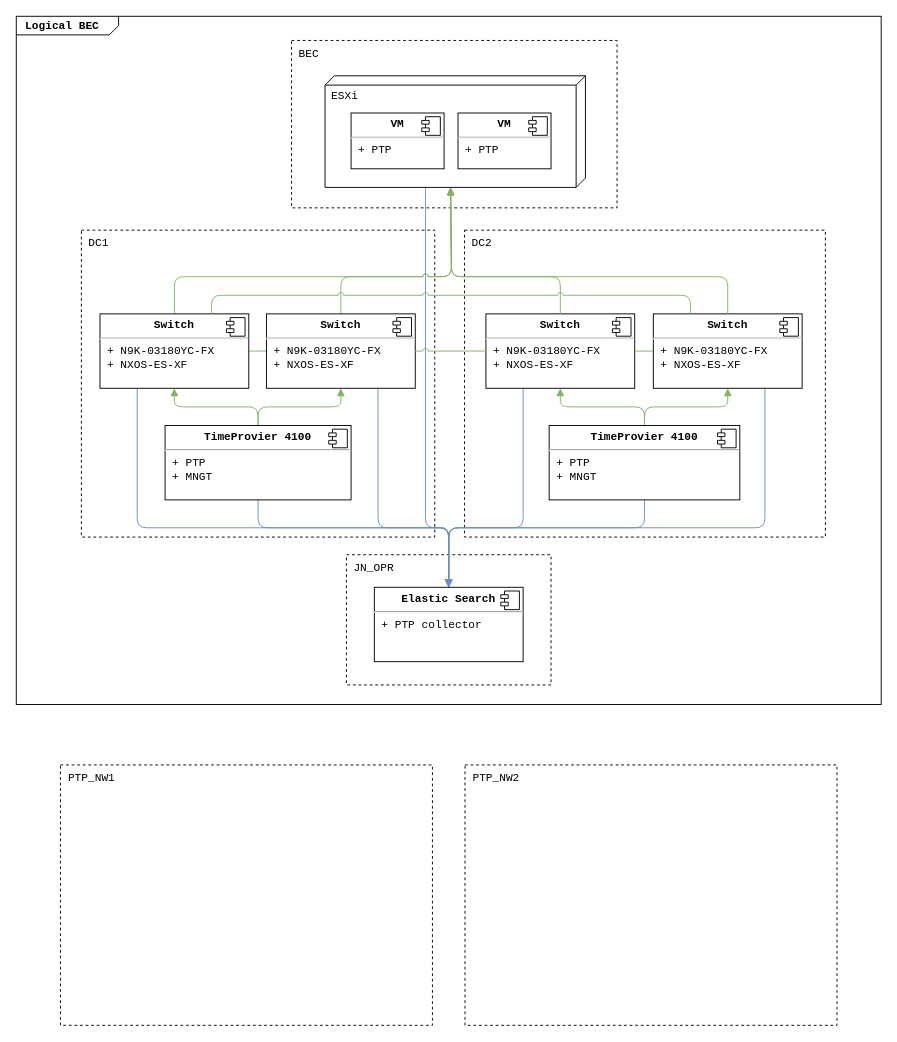
Above: PTP.drawio in sdyrby/po (draw.io), before the change. Source tidied: cells renumbered, new cells numbered last; positions are measured from the earlier drawing's top-left corner, leaving out a move shared by most shapes. Both pictures are drawn from the tidied source at 93%, with x=0, y=0 at pixel (16, 16).
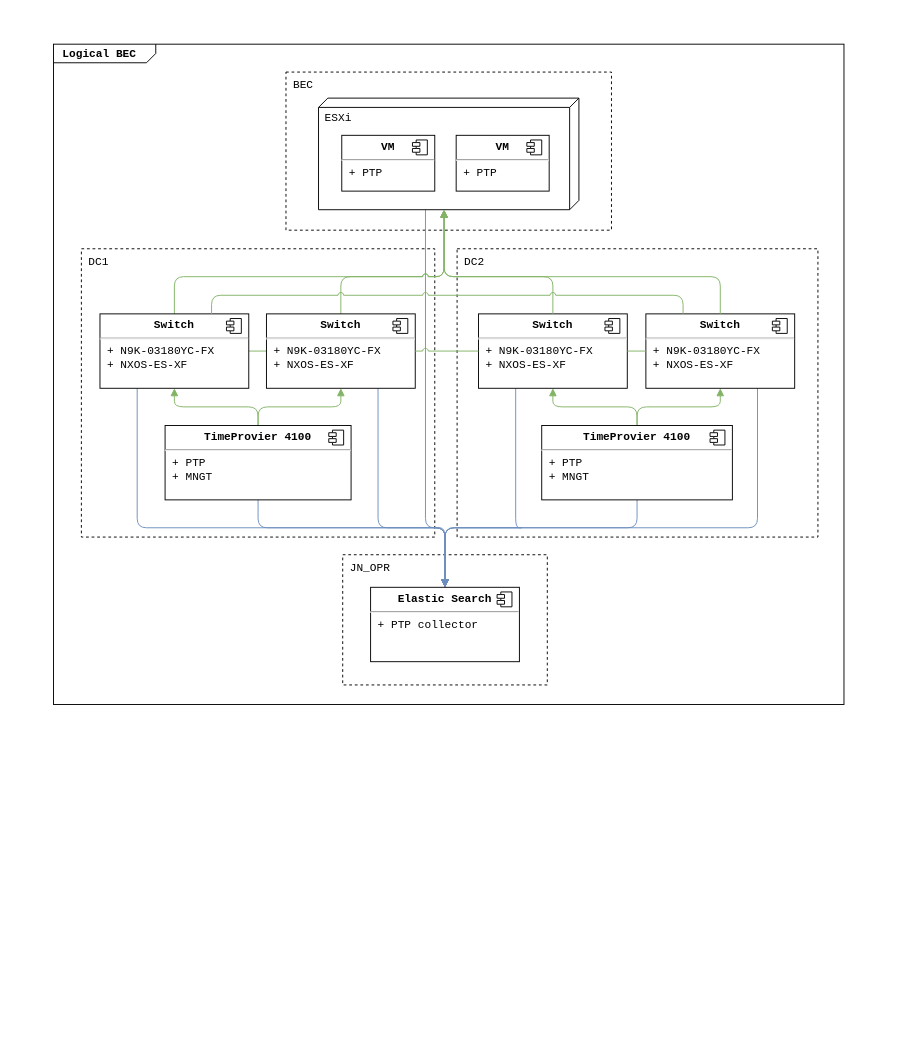
Above is the later version.

Unchanged cells that the change refers to:
```xml
<mxCell id="18" value="&lt;p style=&quot;margin: 0px ; margin-top: 6px ; text-align: center&quot;&gt;&lt;b&gt;Switch&lt;/b&gt;&lt;/p&gt;&lt;hr&gt;&lt;p style=&quot;margin: 0px ; margin-left: 8px&quot;&gt;+ N9K-03180YC-FX&lt;br&gt;+ NXOS-ES-XF&lt;/p&gt;" style="align=left;overflow=fill;html=1;rounded=0;fontFamily=Courier New;fontStyle=0;" parent="1" vertex="1">
  <mxGeometry x="90" y="320" width="160" height="80" as="geometry" />
</mxCell>
<mxCell id="22" value="&lt;p style=&quot;margin: 0px ; margin-top: 6px ; text-align: center&quot;&gt;&lt;b&gt;Switch&lt;/b&gt;&lt;/p&gt;&lt;hr&gt;&lt;p style=&quot;margin: 0px ; margin-left: 8px&quot;&gt;+ N9K-03180YC-FX&lt;br&gt;+ NXOS-ES-XF&lt;/p&gt;" style="align=left;overflow=fill;html=1;rounded=0;fontFamily=Courier New;fontStyle=0;" parent="1" vertex="1">
  <mxGeometry x="269" y="320" width="160" height="80" as="geometry" />
</mxCell>
<mxCell id="33" value="&lt;p style=&quot;text-align: center ; margin: 6px 0px 0px&quot;&gt;&lt;b&gt;TimeProvier 4100&lt;/b&gt;&lt;/p&gt;&lt;hr&gt;&lt;p style=&quot;margin: 0px ; margin-left: 8px&quot;&gt;+ PTP&lt;br&gt;+ MNGT&lt;/p&gt;" style="align=left;overflow=fill;html=1;rounded=0;fontFamily=Courier New;fontStyle=0;" parent="1" vertex="1">
  <mxGeometry x="160" y="440" width="200" height="80" as="geometry" />
</mxCell>
```

Change to the diagram source:
```diff
@@
     <mxCell id="2" value="&lt;p style=&quot;margin: 0px ; margin-top: 4px ; margin-left: 10px ; text-align: left&quot;&gt;&lt;b&gt;&lt;font&gt;Logical BEC&lt;/font&gt;&lt;/b&gt;&lt;/p&gt;" style="html=1;strokeWidth=1;shape=mxgraph.sysml.package;html=1;overflow=fill;whiteSpace=wrap;fillColor=none;gradientColor=none;fontSize=12;align=left;labelX=110;fontFamily=Courier New;fontStyle=0;" parent="1" vertex="1">
-      <mxGeometry width="930" height="740" as="geometry" />
+      <mxGeometry x="40" y="30" width="850" height="710" as="geometry" />
     </mxCell>
     <mxCell id="3" value="BEC" style="html=1;rounded=0;dashed=1;fillColor=none;imageVerticalAlign=middle;align=left;verticalAlign=top;spacing=3;spacingLeft=5;fontFamily=Courier New;fontStyle=0;" parent="1" vertex="1">
-      <mxGeometry x="296" y="26" width="350" height="180" as="geometry" />
+      <mxGeometry x="290" y="60" width="350" height="170" as="geometry" />
     </mxCell>
     <mxCell id="4" value="JN_OPR" style="html=1;rounded=0;dashed=1;fillColor=none;imageVerticalAlign=middle;align=left;verticalAlign=top;spacing=3;spacingLeft=5;comic=0;absoluteArcSize=0;noLabel=0;fixDash=0;backgroundOutline=0;fontFamily=Courier New;fontStyle=0;" parent="1" vertex="1">
-      <mxGeometry x="355" y="579" width="220" height="140" as="geometry" />
+      <mxGeometry x="351" y="579" width="220" height="140" as="geometry" />
     </mxCell>
     <mxCell id="5" value="DC2" style="html=1;rounded=0;dashed=1;fillColor=none;imageVerticalAlign=middle;align=left;verticalAlign=top;spacing=3;spacingLeft=5;strokeColor=#000000;perimeterSpacing=0;gradientColor=none;shadow=0;glass=0;fontFamily=Courier New;fontStyle=0;" parent="1" vertex="1">
-      <mxGeometry x="482" y="230" width="388" height="330" as="geometry" />
+      <mxGeometry x="474" y="250" width="388" height="310" as="geometry" />
     </mxCell>
     <mxCell id="6" value="DC1" style="html=1;rounded=0;dashed=1;fillColor=none;imageVerticalAlign=middle;align=left;verticalAlign=top;spacing=3;spacingLeft=5;glass=0;shadow=0;fontFamily=Courier New;fontStyle=0;" parent="1" vertex="1">
-      <mxGeometry x="70" y="230" width="380" height="330" as="geometry" />
+      <mxGeometry x="70" y="250" width="380" height="310" as="geometry" />
     </mxCell>
     <mxCell id="7" style="edgeStyle=orthogonalEdgeStyle;rounded=1;jettySize=auto;html=1;entryX=0.5;entryY=0;entryDx=0;entryDy=0;fontFamily=Courier New;endArrow=block;endFill=1;fillColor=#dae8fc;strokeColor=#6c8ebf;" parent="1" edge="1" source="8" target="45">
       <mxGeometry relative="1" as="geometry">
         <Array as="points">
           <mxPoint x="440" y="550" />
-          <mxPoint x="465" y="550" />
+          <mxPoint x="461" y="550" />
         </Array>
       </mxGeometry>
     </mxCell>
     <mxCell id="8" value="ESXi" style="verticalAlign=top;align=left;spacingTop=8;spacingLeft=5;spacingRight=12;shape=cube;size=10;direction=south;fontStyle=0;html=1;fontFamily=Courier New;" parent="1" vertex="1">
-      <mxGeometry x="332" y="64" width="280" height="120" as="geometry" />
+      <mxGeometry x="325" y="88" width="280" height="120" as="geometry" />
     </mxCell>
     <mxCell id="9" value="&lt;p style=&quot;text-align: center ; margin: 6px 0px 0px&quot;&gt;&lt;b&gt;VM&lt;/b&gt;&lt;/p&gt;&lt;hr style=&quot;text-align: center&quot;&gt;&lt;p style=&quot;margin: 0px ; margin-left: 8px&quot;&gt;+ PTP&lt;/p&gt;" style="align=left;overflow=fill;html=1;fontFamily=Courier New;fontStyle=0;" parent="1" vertex="1">
-      <mxGeometry x="360" y="104" width="100" height="60" as="geometry" />
+      <mxGeometry x="350" y="128" width="100" height="60" as="geometry" />
     </mxCell>
     <mxCell id="10" style="shape=component;jettyWidth=8;jettyHeight=4;fontFamily=Courier New;fontStyle=0;" parent="9" vertex="1">
-      <mxGeometry x="1" width="20" height="20" relative="1" as="geometry">
-        <mxPoint x="-24" y="4" as="offset" />
+      <mxGeometry x="1" width="16" height="16" relative="1" as="geometry">
+        <mxPoint x="-24" y="5" as="offset" />
       </mxGeometry>
     </mxCell>
     <mxCell id="11" value="&lt;p style=&quot;text-align: center ; margin: 6px 0px 0px&quot;&gt;&lt;b&gt;VM&lt;/b&gt;&lt;/p&gt;&lt;hr style=&quot;text-align: center&quot;&gt;&lt;p style=&quot;margin: 0px ; margin-left: 8px&quot;&gt;+ PTP&lt;/p&gt;" style="align=left;overflow=fill;html=1;fontFamily=Courier New;fontStyle=0;" parent="1" vertex="1">
-      <mxGeometry x="475" y="104" width="100" height="60" as="geometry" />
+      <mxGeometry x="473" y="128" width="100" height="60" as="geometry" />
     </mxCell>
     <mxCell id="12" style="shape=component;jettyWidth=8;jettyHeight=4;fontFamily=Courier New;fontStyle=0;" parent="11" vertex="1">
-      <mxGeometry x="1" width="20" height="20" relative="1" as="geometry">
-        <mxPoint x="-24" y="4" as="offset" />
+      <mxGeometry x="1" width="16" height="16" relative="1" as="geometry">
+        <mxPoint x="-24" y="5" as="offset" />
       </mxGeometry>
     </mxCell>
-    <mxCell id="13" value="PTP_NW1" style="html=1;rounded=0;dashed=1;fillColor=none;imageVerticalAlign=middle;align=left;verticalAlign=top;spacing=3;spacingLeft=5;comic=0;absoluteArcSize=0;noLabel=0;fixDash=0;backgroundOutline=0;fontFamily=Courier New;fontStyle=0;" parent="1" vertex="1">
-      <mxGeometry x="47.5" y="805" width="400" height="280" as="geometry" />
-    </mxCell>
-    <mxCell id="14" value="PTP_NW2" style="html=1;rounded=0;dashed=1;fillColor=none;imageVerticalAlign=middle;align=left;verticalAlign=top;spacing=3;spacingLeft=5;fontFamily=Courier New;fontStyle=0;" parent="1" vertex="1">
-      <mxGeometry x="482.5" y="805" width="400" height="280" as="geometry" />
-    </mxCell>
@@
     <mxCell id="16" style="rounded=1;jettySize=auto;html=1;exitX=0.5;exitY=0;exitDx=0;exitDy=0;fontSize=12;entryX=0;entryY=0;entryDx=120;entryDy=145;entryPerimeter=0;edgeStyle=orthogonalEdgeStyle;endArrow=block;endFill=1;fontFamily=Courier New;fontStyle=0;fillColor=#d5e8d4;strokeColor=#82b366;jumpStyle=arc;" parent="1" edge="1" source="18" target="8">
       <mxGeometry relative="1" as="geometry">
         <Array as="points">
           <mxPoint x="170" y="280" />
-          <mxPoint x="468" y="280" />
+          <mxPoint x="460" y="280" />
         </Array>
       </mxGeometry>
     </mxCell>
     <mxCell id="17" style="edgeStyle=orthogonalEdgeStyle;rounded=1;jettySize=auto;html=1;exitX=0.25;exitY=1;exitDx=0;exitDy=0;entryX=0.5;entryY=0;entryDx=0;entryDy=0;fontFamily=Courier New;endArrow=block;endFill=1;fillColor=#dae8fc;strokeColor=#6c8ebf;" parent="1" edge="1" source="18" target="45">
       <mxGeometry relative="1" as="geometry">
         <Array as="points">
           <mxPoint x="130" y="550" />
-          <mxPoint x="465" y="550" />
+          <mxPoint x="461" y="550" />
         </Array>
       </mxGeometry>
     </mxCell>
@@
     <mxCell id="19" style="shape=component;jettyWidth=8;jettyHeight=4;fontFamily=Courier New;fontStyle=0;" parent="18" vertex="1">
-      <mxGeometry x="1" width="20" height="20" relative="1" as="geometry">
-        <mxPoint x="-24" y="4" as="offset" />
+      <mxGeometry x="1" width="16" height="16" relative="1" as="geometry">
+        <mxPoint x="-24" y="5" as="offset" />
       </mxGeometry>
     </mxCell>
     <mxCell id="20" style="rounded=1;jettySize=auto;html=1;exitX=0.5;exitY=0;exitDx=0;exitDy=0;fontSize=12;entryX=0;entryY=0;entryDx=120;entryDy=145;entryPerimeter=0;edgeStyle=orthogonalEdgeStyle;endArrow=block;endFill=1;noJump=0;jumpStyle=arc;fontFamily=Courier New;fontStyle=0;fillColor=#d5e8d4;strokeColor=#82b366;" parent="1" edge="1" source="22" target="8">
       <mxGeometry relative="1" as="geometry">
         <Array as="points">
           <mxPoint x="349" y="280" />
-          <mxPoint x="468" y="280" />
+          <mxPoint x="460" y="280" />
         </Array>
       </mxGeometry>
     </mxCell>
     <mxCell id="21" style="edgeStyle=orthogonalEdgeStyle;rounded=1;jettySize=auto;html=1;exitX=0.75;exitY=1;exitDx=0;exitDy=0;fontFamily=Courier New;entryX=0.5;entryY=0;entryDx=0;entryDy=0;endArrow=block;endFill=1;fillColor=#dae8fc;strokeColor=#6c8ebf;" parent="1" edge="1" source="22" target="45">
       <mxGeometry relative="1" as="geometry">
         <Array as="points">
           <mxPoint x="389" y="550" />
-          <mxPoint x="465" y="550" />
+          <mxPoint x="461" y="550" />
         </Array>
       </mxGeometry>
     </mxCell>
@@
     <mxCell id="23" style="shape=component;jettyWidth=8;jettyHeight=4;fontFamily=Courier New;fontStyle=0;" parent="22" vertex="1">
-      <mxGeometry x="1" width="20" height="20" relative="1" as="geometry">
-        <mxPoint x="-24" y="4" as="offset" />
+      <mxGeometry x="1" width="16" height="16" relative="1" as="geometry">
+        <mxPoint x="-24" y="5" as="offset" />
       </mxGeometry>
     </mxCell>
     <mxCell id="24" style="edgeStyle=orthogonalEdgeStyle;rounded=1;jettySize=auto;html=1;exitX=0.75;exitY=1;exitDx=0;exitDy=0;entryX=0.5;entryY=0;entryDx=0;entryDy=0;fontFamily=Courier New;endArrow=block;endFill=1;fillColor=#dae8fc;strokeColor=#6c8ebf;" parent="1" edge="1" source="25" target="45">
       <mxGeometry relative="1" as="geometry">
         <Array as="points">
-          <mxPoint x="805" y="550" />
-          <mxPoint x="465" y="550" />
+          <mxPoint x="797" y="550" />
+          <mxPoint x="461" y="550" />
         </Array>
       </mxGeometry>
     </mxCell>
     <mxCell id="25" value="&lt;p style=&quot;margin: 0px ; margin-top: 6px ; text-align: center&quot;&gt;&lt;b&gt;Switch&lt;/b&gt;&lt;/p&gt;&lt;hr&gt;&lt;p style=&quot;margin: 0px ; margin-left: 8px&quot;&gt;+ N9K-03180YC-FX&lt;br&gt;+ NXOS-ES-XF&lt;/p&gt;" style="align=left;overflow=fill;html=1;rounded=0;fontFamily=Courier New;fontStyle=0;" parent="1" vertex="1">
-      <mxGeometry x="685" y="320" width="160" height="80" as="geometry" />
+      <mxGeometry x="677" y="320" width="160" height="80" as="geometry" />
     </mxCell>
     <mxCell id="26" style="shape=component;jettyWidth=8;jettyHeight=4;fontFamily=Courier New;fontStyle=0;" parent="25" vertex="1">
-      <mxGeometry x="1" width="20" height="20" relative="1" as="geometry">
-        <mxPoint x="-24" y="4" as="offset" />
+      <mxGeometry x="1" width="16" height="16" relative="1" as="geometry">
+        <mxPoint x="-24" y="5" as="offset" />
       </mxGeometry>
     </mxCell>
@@
     <mxCell id="28" value="&lt;p style=&quot;margin: 0px ; margin-top: 6px ; text-align: center&quot;&gt;&lt;b&gt;Switch&lt;/b&gt;&lt;/p&gt;&lt;hr&gt;&lt;p style=&quot;margin: 0px ; margin-left: 8px&quot;&gt;+ N9K-03180YC-FX&lt;br&gt;+ NXOS-ES-XF&lt;/p&gt;" style="align=left;overflow=fill;html=1;rounded=0;fontFamily=Courier New;fontStyle=0;" parent="1" vertex="1">
-      <mxGeometry x="505" y="320" width="160" height="80" as="geometry" />
+      <mxGeometry x="497" y="320" width="160" height="80" as="geometry" />
     </mxCell>
     <mxCell id="29" style="shape=component;jettyWidth=8;jettyHeight=4;fontFamily=Courier New;fontStyle=0;" parent="28" vertex="1">
-      <mxGeometry x="1" width="20" height="20" relative="1" as="geometry">
-        <mxPoint x="-24" y="4" as="offset" />
+      <mxGeometry x="1" width="16" height="16" relative="1" as="geometry">
+        <mxPoint x="-24" y="5" as="offset" />
       </mxGeometry>
     </mxCell>
@@
     <mxCell id="32" style="edgeStyle=orthogonalEdgeStyle;rounded=1;jettySize=auto;html=1;exitX=0.5;exitY=1;exitDx=0;exitDy=0;entryX=0.5;entryY=0;entryDx=0;entryDy=0;fontFamily=Courier New;endArrow=block;endFill=1;fillColor=#dae8fc;strokeColor=#6c8ebf;" parent="1" edge="1" source="33" target="45">
       <mxGeometry relative="1" as="geometry">
         <Array as="points">
           <mxPoint x="260" y="550" />
-          <mxPoint x="465" y="550" />
+          <mxPoint x="461" y="550" />
         </Array>
       </mxGeometry>
     </mxCell>
@@
     <mxCell id="34" style="shape=component;jettyWidth=8;jettyHeight=4;fontSize=11;fontFamily=Courier New;fontStyle=0;" parent="33" vertex="1">
-      <mxGeometry x="1" width="20" height="20" relative="1" as="geometry">
-        <mxPoint x="-24" y="4" as="offset" />
+      <mxGeometry x="1" width="16" height="16" relative="1" as="geometry">
+        <mxPoint x="-24" y="5" as="offset" />
       </mxGeometry>
     </mxCell>
@@
     <mxCell id="37" style="edgeStyle=orthogonalEdgeStyle;rounded=1;jettySize=auto;html=1;exitX=0.5;exitY=1;exitDx=0;exitDy=0;fontFamily=Courier New;entryX=0.5;entryY=0;entryDx=0;entryDy=0;endArrow=block;endFill=1;fillColor=#dae8fc;strokeColor=#6c8ebf;" parent="1" edge="1" source="38" target="45">
       <mxGeometry relative="1" as="geometry">
         <Array as="points">
-          <mxPoint x="675" y="550" />
-          <mxPoint x="465" y="550" />
+          <mxPoint x="668" y="550" />
+          <mxPoint x="461" y="550" />
         </Array>
       </mxGeometry>
     </mxCell>
     <mxCell id="38" value="&lt;p style=&quot;text-align: center ; margin: 6px 0px 0px&quot;&gt;&lt;b&gt;TimeProvier 4100&lt;/b&gt;&lt;/p&gt;&lt;hr&gt;&lt;p style=&quot;margin: 0px ; margin-left: 8px&quot;&gt;+ PTP&lt;br&gt;+ MNGT&lt;/p&gt;" style="align=left;overflow=fill;html=1;rounded=0;fontFamily=Courier New;fontStyle=0;" parent="1" vertex="1">
-      <mxGeometry x="573" y="440" width="205" height="80" as="geometry" />
+      <mxGeometry x="565" y="440" width="205" height="80" as="geometry" />
     </mxCell>
     <mxCell id="39" style="shape=component;jettyWidth=8;jettyHeight=4;fontSize=11;fontFamily=Courier New;fontStyle=0;" parent="38" vertex="1">
-      <mxGeometry x="1" width="20" height="20" relative="1" as="geometry">
-        <mxPoint x="-24" y="4" as="offset" />
+      <mxGeometry x="1" width="16" height="16" relative="1" as="geometry">
+        <mxPoint x="-24" y="5" as="offset" />
       </mxGeometry>
     </mxCell>
@@
     <mxCell id="42" style="rounded=1;jettySize=auto;html=1;exitX=0.5;exitY=0;exitDx=0;exitDy=0;fontSize=12;entryX=0;entryY=0;entryDx=120;entryDy=145;entryPerimeter=0;endArrow=block;endFill=1;noJump=0;jumpStyle=arc;edgeStyle=orthogonalEdgeStyle;elbow=vertical;fontFamily=Courier New;fontStyle=0;fillColor=#d5e8d4;strokeColor=#82b366;" parent="1" edge="1" source="28" target="8">
       <mxGeometry relative="1" as="geometry">
         <Array as="points">
-          <mxPoint x="585" y="280" />
-          <mxPoint x="468" y="280" />
+          <mxPoint x="577" y="280" />
+          <mxPoint x="460" y="280" />
         </Array>
       </mxGeometry>
     </mxCell>
     <mxCell id="43" style="rounded=1;jettySize=auto;html=1;exitX=0.5;exitY=0;exitDx=0;exitDy=0;fontSize=12;endArrow=block;endFill=1;noJump=0;jumpStyle=arc;edgeStyle=orthogonalEdgeStyle;elbow=vertical;fontFamily=Courier New;fontStyle=0;entryX=0;entryY=0;entryDx=120;entryDy=145;entryPerimeter=0;fillColor=#d5e8d4;strokeColor=#82b366;" parent="1" edge="1" source="25" target="8">
       <mxGeometry relative="1" as="geometry">
         <Array as="points">
-          <mxPoint x="765" y="280" />
-          <mxPoint x="468" y="280" />
+          <mxPoint x="757" y="280" />
+          <mxPoint x="460" y="280" />
         </Array>
       </mxGeometry>
     </mxCell>
     <mxCell id="44" style="rounded=1;jettySize=auto;html=1;exitX=0.75;exitY=0;exitDx=0;exitDy=0;entryX=0.25;entryY=0;entryDx=0;entryDy=0;fontSize=12;edgeStyle=orthogonalEdgeStyle;endArrow=none;endFill=0;jumpStyle=arc;comic=0;fontFamily=Courier New;fontStyle=0;fillColor=#d5e8d4;strokeColor=#82b366;" parent="1" edge="1" source="18" target="25">
       <mxGeometry relative="1" as="geometry">
         <Array as="points">
           <mxPoint x="210" y="300" />
-          <mxPoint x="725" y="300" />
+          <mxPoint x="717" y="300" />
         </Array>
       </mxGeometry>
     </mxCell>
     <mxCell id="45" value="&lt;p style=&quot;margin: 0px ; margin-top: 6px ; text-align: center&quot;&gt;&lt;b&gt;Elastic Search&lt;/b&gt;&lt;/p&gt;&lt;hr&gt;&lt;p style=&quot;margin: 0px ; margin-left: 8px&quot;&gt;+ PTP collector&lt;/p&gt;" style="align=left;overflow=fill;html=1;rounded=0;fontFamily=Courier New;fontStyle=0;" parent="1" vertex="1">
-      <mxGeometry x="385" y="614" width="160" height="80" as="geometry" />
+      <mxGeometry x="381" y="614" width="160" height="80" as="geometry" />
     </mxCell>
     <mxCell id="46" style="shape=component;jettyWidth=8;jettyHeight=4;fontFamily=Courier New;fontStyle=0;" parent="45" vertex="1">
-      <mxGeometry x="1" width="20" height="20" relative="1" as="geometry">
-        <mxPoint x="-24" y="4" as="offset" />
+      <mxGeometry x="1" width="16" height="16" relative="1" as="geometry">
+        <mxPoint x="-24" y="5" as="offset" />
       </mxGeometry>
     </mxCell>
```
